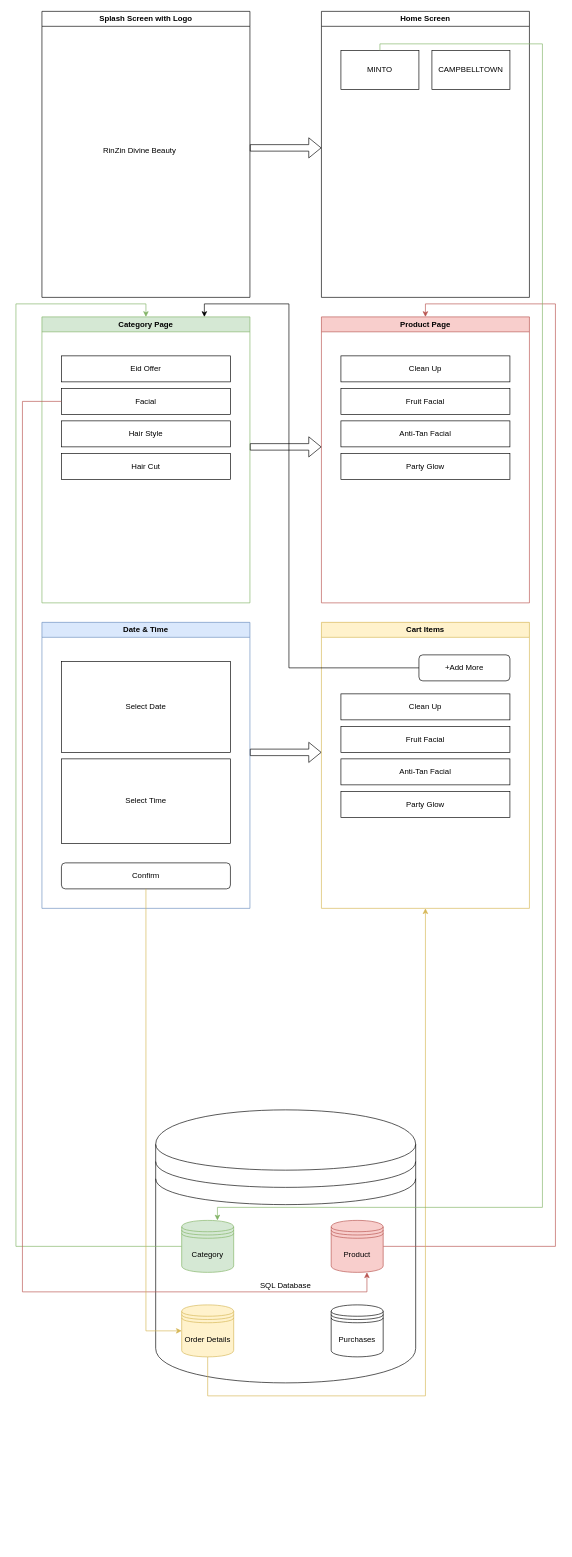
Earlier version of the draw.io diagram Untitled Diagram.drawio (rafidrahman1/beauty_salon). Source tidied: cells renumbered, new cells numbered last; positions are measured from the earlier drawing's top-left corner, leaving out a move shared by most shapes. Both pictures are drawn from the tidied source at 65%, with x=0, y=0 at pixel (16, 11).
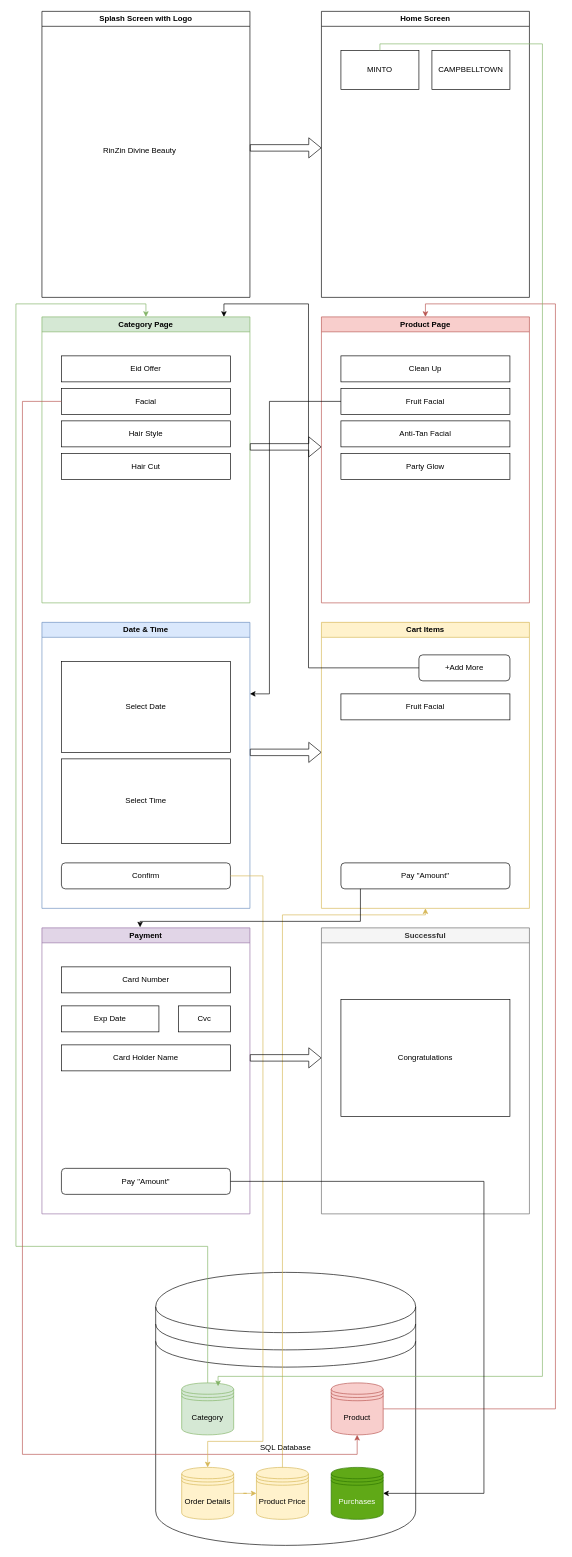
After the change.

The change refers to these unchanged cells:
```xml
<mxCell id="12" value="MINTO" style="whiteSpace=wrap;html=1;" parent="11" vertex="1">
  <mxGeometry x="30" y="60" width="120" height="60" as="geometry" />
</mxCell>
<mxCell id="16" value="Category Page" style="swimlane;whiteSpace=wrap;html=1;fillColor=#d5e8d4;strokeColor=#82b366;" parent="1" vertex="1">
  <mxGeometry x="40" y="470" width="320" height="440" as="geometry" />
</mxCell>
<mxCell id="20" value="Facial" style="whiteSpace=wrap;html=1;" parent="16" vertex="1">
  <mxGeometry x="30" y="110" width="260" height="40" as="geometry" />
</mxCell>
<mxCell id="22" value="Product Page" style="swimlane;whiteSpace=wrap;html=1;fillColor=#f8cecc;strokeColor=#b85450;" parent="1" vertex="1">
  <mxGeometry x="470" y="470" width="320" height="440" as="geometry" />
</mxCell>
<mxCell id="26" value="Fruit Facial" style="whiteSpace=wrap;html=1;" parent="22" vertex="1">
  <mxGeometry x="30" y="110" width="260" height="40" as="geometry" />
</mxCell>
<mxCell id="28" value="Date &amp;amp; Time" style="swimlane;whiteSpace=wrap;html=1;fillColor=#dae8fc;strokeColor=#6c8ebf;" parent="1" vertex="1">
  <mxGeometry x="40" y="940" width="320" height="440" as="geometry" />
</mxCell>
<mxCell id="31" value="Confirm" style="rounded=1;whiteSpace=wrap;html=1;" parent="28" vertex="1">
  <mxGeometry x="30" y="370" width="260" height="40" as="geometry" />
</mxCell>
<mxCell id="32" value="Cart Items" style="swimlane;whiteSpace=wrap;html=1;fillColor=#fff2cc;strokeColor=#d6b656;" parent="1" vertex="1">
  <mxGeometry x="470" y="940" width="320" height="440" as="geometry" />
</mxCell>
<mxCell id="37" value="+Add More" style="rounded=1;whiteSpace=wrap;html=1;" parent="32" vertex="1">
  <mxGeometry x="150" y="50" width="140" height="40" as="geometry" />
</mxCell>
```

What changed in the source:
```diff
@@
     <mxCell id="2" value="SQL Database&lt;div&gt;&lt;br&gt;&lt;/div&gt;" style="shape=datastore;whiteSpace=wrap;html=1;" parent="1" vertex="1">
-      <mxGeometry x="215" y="1690" width="400" height="420" as="geometry" />
+      <mxGeometry x="215" y="1940" width="400" height="420" as="geometry" />
     </mxCell>
@@
     <mxCell id="4" value="Category" style="shape=datastore;whiteSpace=wrap;html=1;fillColor=#d5e8d4;strokeColor=#82b366;" parent="1" vertex="1">
-      <mxGeometry x="255" y="1860" width="80" height="80" as="geometry" />
+      <mxGeometry x="255" y="2110" width="80" height="80" as="geometry" />
     </mxCell>
     <mxCell id="5" style="edgeStyle=orthogonalEdgeStyle;rounded=0;jettySize=auto;html=1;entryX=0.5;entryY=0;entryDx=0;entryDy=0;fillColor=#f8cecc;strokeColor=#b85450;" parent="1" edge="1" source="6" target="22">
       <mxGeometry relative="1" as="geometry">
         <Array as="points">
-          <mxPoint x="830" y="1900" />
+          <mxPoint x="830" y="2150" />
           <mxPoint x="830" y="450" />
           <mxPoint x="630" y="450" />
         </Array>
       </mxGeometry>
     </mxCell>
     <mxCell id="6" value="Product" style="shape=datastore;whiteSpace=wrap;html=1;fillColor=#f8cecc;strokeColor=#b85450;" parent="1" vertex="1">
-      <mxGeometry x="485" y="1860" width="80" height="80" as="geometry" />
+      <mxGeometry x="485" y="2110" width="80" height="80" as="geometry" />
     </mxCell>
-    <mxCell id="7" style="edgeStyle=orthogonalEdgeStyle;rounded=0;jettySize=auto;html=1;exitX=0.5;exitY=1;exitDx=0;exitDy=0;entryX=0.5;entryY=1;entryDx=0;entryDy=0;fillColor=#fff2cc;strokeColor=#d6b656;" parent="1" edge="1" source="8" target="32">
+    <mxCell id="7" style="edgeStyle=orthogonalEdgeStyle;rounded=0;jettySize=auto;html=1;exitX=0.5;exitY=1;exitDx=0;exitDy=0;entryX=0.5;entryY=1;entryDx=0;entryDy=0;fillColor=#fff2cc;strokeColor=#d6b656;" parent="1" edge="1" source="45" target="32">
       <mxGeometry relative="1" as="geometry">
         <Array as="points">
-          <mxPoint x="295" y="2130" />
-          <mxPoint x="630" y="2130" />
+          <mxPoint x="410" y="1390" />
+          <mxPoint x="630" y="1390" />
         </Array>
       </mxGeometry>
     </mxCell>
+    <mxCell id="42" style="edgeStyle=orthogonalEdgeStyle;rounded=0;jettySize=auto;html=1;entryX=0;entryY=0.5;entryDx=0;entryDy=0;fillColor=#fff2cc;strokeColor=#d6b656;" parent="1" edge="1" source="8" target="45">
+      <mxGeometry relative="1" as="geometry" />
+    </mxCell>
     <mxCell id="8" value="Order Details" style="shape=datastore;whiteSpace=wrap;html=1;fillColor=#fff2cc;strokeColor=#d6b656;" parent="1" vertex="1">
-      <mxGeometry x="255" y="1990" width="80" height="80" as="geometry" />
+      <mxGeometry x="255" y="2240" width="80" height="80" as="geometry" />
     </mxCell>
@@
-    <mxCell id="15" style="edgeStyle=orthogonalEdgeStyle;rounded=0;jettySize=auto;html=1;fillColor=#d5e8d4;strokeColor=#82b366;" parent="1" edge="1" source="12">
+    <mxCell id="15" style="edgeStyle=orthogonalEdgeStyle;rounded=0;jettySize=auto;html=1;fillColor=#d5e8d4;strokeColor=#82b366;entryX=0.7;entryY=0.063;entryDx=0;entryDy=0;entryPerimeter=0;" parent="1" edge="1" source="12" target="4">
       <mxGeometry relative="1" as="geometry">
-        <mxPoint x="310" y="1860" as="targetPoint" />
         <Array as="points">
           <mxPoint x="560" y="50" />
           <mxPoint x="810" y="50" />
-          <mxPoint x="810" y="1840" />
-          <mxPoint x="310" y="1840" />
-          <mxPoint x="310" y="1860" />
+          <mxPoint x="810" y="2100" />
+          <mxPoint x="311" y="2100" />
         </Array>
       </mxGeometry>
     </mxCell>
@@
-    <mxCell id="21" style="edgeStyle=orthogonalEdgeStyle;rounded=0;jettySize=auto;html=1;fillColor=#f8cecc;strokeColor=#b85450;" parent="1" edge="1" source="20">
+    <mxCell id="21" style="edgeStyle=orthogonalEdgeStyle;rounded=0;jettySize=auto;html=1;fillColor=#f8cecc;strokeColor=#b85450;entryX=0.5;entryY=1;entryDx=0;entryDy=0;" parent="1" edge="1" source="20" target="6">
       <mxGeometry relative="1" as="geometry">
-        <mxPoint x="540" y="1940" as="targetPoint" />
         <Array as="points">
           <mxPoint x="10" y="600" />
-          <mxPoint x="10" y="1970" />
-          <mxPoint x="540" y="1970" />
-          <mxPoint x="540" y="1940" />
+          <mxPoint x="10" y="2220" />
+          <mxPoint x="525" y="2220" />
         </Array>
       </mxGeometry>
     </mxCell>
@@
-    <mxCell id="33" value="Clean Up" style="whiteSpace=wrap;html=1;" parent="32" vertex="1">
-      <mxGeometry x="30" y="110" width="260" height="40" as="geometry" />
-    </mxCell>
-    <mxCell id="34" value="Party Glow" style="whiteSpace=wrap;html=1;" parent="32" vertex="1">
-      <mxGeometry x="30" y="260" width="260" height="40" as="geometry" />
-    </mxCell>
-    <mxCell id="35" value="Anti-Tan Facial" style="whiteSpace=wrap;html=1;" parent="32" vertex="1">
-      <mxGeometry x="30" y="210" width="260" height="40" as="geometry" />
-    </mxCell>
     <mxCell id="36" value="Fruit Facial" style="whiteSpace=wrap;html=1;" parent="32" vertex="1">
-      <mxGeometry x="30" y="160" width="260" height="40" as="geometry" />
+      <mxGeometry x="30" y="110" width="260" height="40" as="geometry" />
     </mxCell>
@@
+    <mxCell id="43" value="Pay &quot;Amount&quot;" style="rounded=1;whiteSpace=wrap;html=1;" parent="32" vertex="1">
+      <mxGeometry x="30" y="370" width="260" height="40" as="geometry" />
+    </mxCell>
@@
-    <mxCell id="39" value="Purchases" style="shape=datastore;whiteSpace=wrap;html=1;" parent="1" vertex="1">
-      <mxGeometry x="485" y="1990" width="80" height="80" as="geometry" />
+    <mxCell id="39" value="Purchases" style="shape=datastore;whiteSpace=wrap;html=1;fillColor=#60a917;fontColor=#ffffff;strokeColor=#2D7600;" parent="1" vertex="1">
+      <mxGeometry x="485" y="2240" width="80" height="80" as="geometry" />
     </mxCell>
-    <mxCell id="40" style="edgeStyle=orthogonalEdgeStyle;rounded=0;jettySize=auto;html=1;entryX=0;entryY=0.5;entryDx=0;entryDy=0;fillColor=#fff2cc;strokeColor=#d6b656;" parent="1" edge="1" source="31" target="8">
-      <mxGeometry relative="1" as="geometry" />
+    <mxCell id="40" style="edgeStyle=orthogonalEdgeStyle;rounded=0;jettySize=auto;html=1;entryX=0.5;entryY=0;entryDx=0;entryDy=0;fillColor=#fff2cc;strokeColor=#d6b656;" parent="1" edge="1" source="31" target="8">
+      <mxGeometry relative="1" as="geometry">
+        <Array as="points">
+          <mxPoint x="380" y="1330" />
+          <mxPoint x="380" y="2200" />
+          <mxPoint x="295" y="2200" />
+        </Array>
+      </mxGeometry>
     </mxCell>
-    <mxCell id="41" style="edgeStyle=orthogonalEdgeStyle;rounded=0;jettySize=auto;html=1;entryX=0.781;entryY=0;entryDx=0;entryDy=0;entryPerimeter=0;" parent="1" edge="1" source="37" target="16">
+    <mxCell id="41" style="edgeStyle=orthogonalEdgeStyle;rounded=0;orthogonalLoop=1;jettySize=auto;html=1;entryX=0.781;entryY=0;entryDx=0;entryDy=0;entryPerimeter=0;" parent="1" edge="1">
       <mxGeometry relative="1" as="geometry">
+        <mxPoint x="620" y="1010" as="sourcePoint" />
+        <mxPoint x="320" y="470" as="targetPoint" />
         <Array as="points">
-          <mxPoint x="420" y="1010" />
-          <mxPoint x="420" y="450" />
-          <mxPoint x="290" y="450" />
+          <mxPoint x="450.1" y="1010" />
+          <mxPoint x="450.1" y="450" />
+          <mxPoint x="320.1" y="450" />
         </Array>
       </mxGeometry>
     </mxCell>
+    <mxCell id="44" style="edgeStyle=orthogonalEdgeStyle;rounded=0;jettySize=auto;html=1;entryX=1;entryY=0.25;entryDx=0;entryDy=0;" parent="1" edge="1" source="26" target="28">
+      <mxGeometry relative="1" as="geometry">
+        <Array as="points">
+          <mxPoint x="390" y="600" />
+          <mxPoint x="390" y="1050" />
+        </Array>
+      </mxGeometry>
+    </mxCell>
+    <mxCell id="45" value="Product Price" style="shape=datastore;whiteSpace=wrap;html=1;fillColor=#fff2cc;strokeColor=#d6b656;" parent="1" vertex="1">
+      <mxGeometry x="370" y="2240" width="80" height="80" as="geometry" />
+    </mxCell>
+    <mxCell id="46" value="Payment" style="swimlane;whiteSpace=wrap;html=1;fillColor=#e1d5e7;strokeColor=#9673a6;" parent="1" vertex="1">
+      <mxGeometry x="40" y="1410" width="320" height="440" as="geometry" />
+    </mxCell>
+    <mxCell id="47" value="Card Number" style="whiteSpace=wrap;html=1;" parent="46" vertex="1">
+      <mxGeometry x="30" y="60" width="260" height="40" as="geometry" />
+    </mxCell>
+    <mxCell id="48" value="Exp Date" style="whiteSpace=wrap;html=1;" parent="46" vertex="1">
+      <mxGeometry x="30" y="120" width="150" height="40" as="geometry" />
+    </mxCell>
+    <mxCell id="49" value="Pay &quot;Amount&quot;" style="rounded=1;whiteSpace=wrap;html=1;" parent="46" vertex="1">
+      <mxGeometry x="30" y="370" width="260" height="40" as="geometry" />
+    </mxCell>
+    <mxCell id="50" value="Cvc" style="whiteSpace=wrap;html=1;" parent="46" vertex="1">
+      <mxGeometry x="210" y="120" width="80" height="40" as="geometry" />
+    </mxCell>
+    <mxCell id="51" value="Card Holder Name" style="whiteSpace=wrap;html=1;" parent="46" vertex="1">
+      <mxGeometry x="30" y="180" width="260" height="40" as="geometry" />
+    </mxCell>
+    <mxCell id="52" value="Successful" style="swimlane;whiteSpace=wrap;html=1;fillColor=#f5f5f5;strokeColor=#666666;fontColor=#333333;" parent="1" vertex="1">
+      <mxGeometry x="470" y="1410" width="320" height="440" as="geometry" />
+    </mxCell>
+    <mxCell id="53" value="Congratulations" style="whiteSpace=wrap;html=1;" parent="52" vertex="1">
+      <mxGeometry x="30" y="110" width="260" height="180" as="geometry" />
+    </mxCell>
+    <mxCell id="54" style="shape=flexArrow;endArrow=classic;html=1;rounded=0;" parent="1" edge="1">
+      <mxGeometry relative="1" as="geometry">
+        <mxPoint x="360" y="1610" as="sourcePoint" />
+        <mxPoint x="470" y="1610" as="targetPoint" />
+      </mxGeometry>
+    </mxCell>
+    <mxCell id="55" style="edgeStyle=orthogonalEdgeStyle;rounded=0;jettySize=auto;html=1;entryX=0.472;entryY=-0.002;entryDx=0;entryDy=0;entryPerimeter=0;" parent="1" edge="1" target="46">
+      <mxGeometry relative="1" as="geometry">
+        <mxPoint x="530" y="1350" as="sourcePoint" />
+        <Array as="points">
+          <mxPoint x="530" y="1400" />
+          <mxPoint x="191" y="1400" />
+        </Array>
+      </mxGeometry>
+    </mxCell>
+    <mxCell id="56" style="edgeStyle=orthogonalEdgeStyle;rounded=0;jettySize=auto;html=1;entryX=1;entryY=0.5;entryDx=0;entryDy=0;" parent="1" edge="1" source="49" target="39">
+      <mxGeometry relative="1" as="geometry">
+        <Array as="points">
+          <mxPoint x="720" y="1800" />
+          <mxPoint x="720" y="2280" />
+        </Array>
+      </mxGeometry>
+    </mxCell>
```
